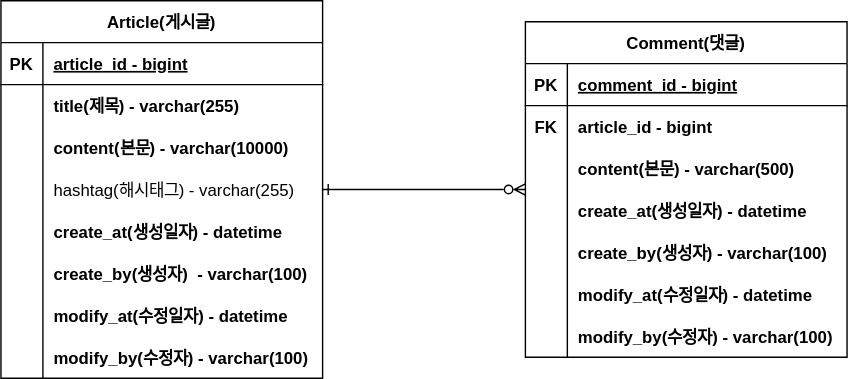
The draw.io diagram project_board/document/ERD.svg in unyo66/KH_Spring, before a commit. Source tidied: cells renumbered, new cells last; positions are measured from the earlier drawing's top-left corner, leaving out a move shared by most shapes.
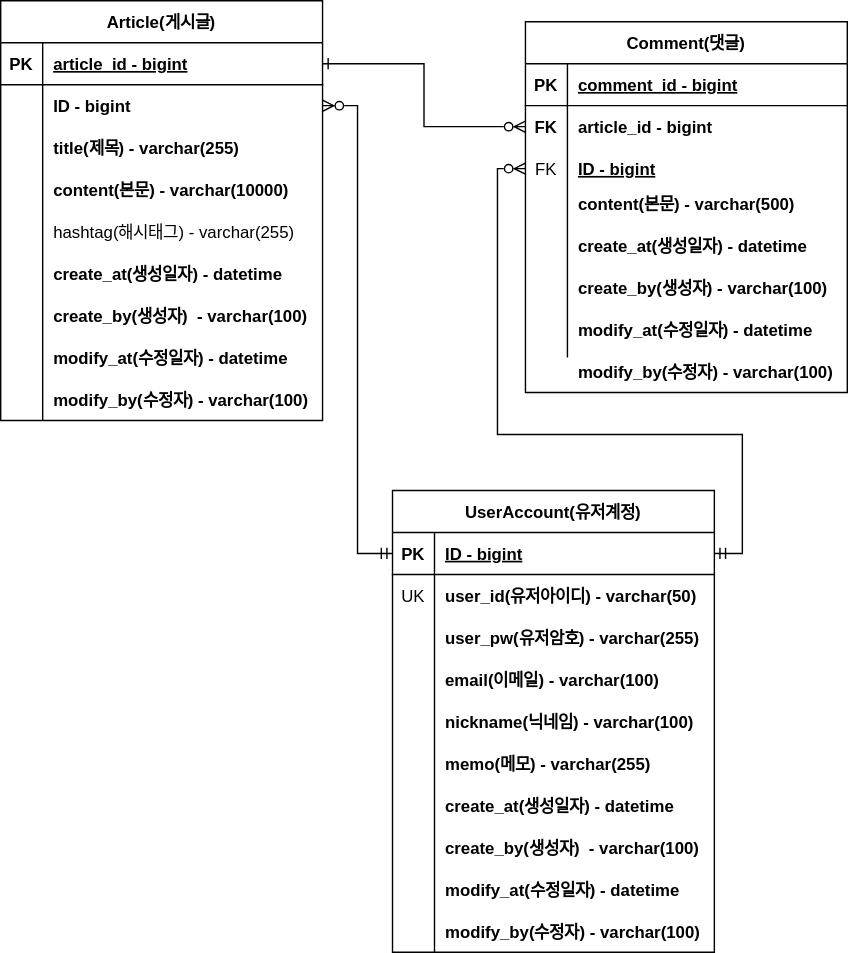
The same file after the commit.

What changed in the source:
```diff
@@ -5,3 +5,3 @@
     <mxCell id="2" value="Article(게시글)" style="shape=table;startSize=30;rowLines=0;fontStyle=1;align=center;" parent="1" vertex="1">
-      <mxGeometry width="230" height="270" as="geometry" />
+      <mxGeometry width="230" height="300" as="geometry" />
     </mxCell>
@@ -22,60 +22,60 @@
     </mxCell>
-    <mxCell id="8" value="title(제목) - varchar(255)" style="shape=partialRectangle;fillColor=none;top=0;left=0;bottom=0;right=0;align=left;spacingLeft=6;overflow=hidden;fontStyle=1;" parent="6" vertex="1">
+    <mxCell id="8" value="ID - bigint" style="shape=partialRectangle;fillColor=none;top=0;left=0;bottom=0;right=0;align=left;spacingLeft=6;overflow=hidden;fontStyle=1;" parent="6" vertex="1">
       <mxGeometry x="30" width="200" height="30" as="geometry" />
     </mxCell>
+    <mxCell id="24" style="shape=tableRow;horizontal=0;startSize=0;swimlaneHead=0;swimlaneBody=0;fillColor=none;top=0;left=0;right=0;bottom=0;" parent="2" vertex="1">
+      <mxGeometry y="90" width="230" height="30" as="geometry" />
+    </mxCell>
+    <mxCell id="25" style="shape=partialRectangle;fillColor=none;top=0;left=0;bottom=0;right=0;overflow=hidden;" parent="24" vertex="1">
+      <mxGeometry width="30" height="30" as="geometry" />
+    </mxCell>
+    <mxCell id="26" value="title(제목) - varchar(255)" style="shape=partialRectangle;fillColor=none;top=0;left=0;bottom=0;right=0;align=left;spacingLeft=6;overflow=hidden;fontStyle=1;" parent="24" vertex="1">
+      <mxGeometry x="30" width="200" height="30" as="geometry" />
+    </mxCell>
+    <mxCell id="21" style="shape=tableRow;horizontal=0;startSize=0;swimlaneHead=0;swimlaneBody=0;fillColor=none;top=0;left=0;right=0;bottom=0;" parent="2" vertex="1">
+      <mxGeometry y="120" width="230" height="30" as="geometry" />
+    </mxCell>
+    <mxCell id="22" style="shape=partialRectangle;fillColor=none;top=0;left=0;bottom=0;right=0;overflow=hidden;" parent="21" vertex="1">
+      <mxGeometry width="30" height="30" as="geometry" />
+    </mxCell>
+    <mxCell id="23" value="content(본문) - varchar(10000)" style="shape=partialRectangle;fillColor=none;top=0;left=0;bottom=0;right=0;align=left;spacingLeft=6;overflow=hidden;fontStyle=1;" parent="21" vertex="1">
+      <mxGeometry x="30" width="200" height="30" as="geometry" />
+    </mxCell>
+    <mxCell id="18" style="shape=tableRow;horizontal=0;startSize=0;swimlaneHead=0;swimlaneBody=0;fillColor=none;top=0;left=0;right=0;bottom=0;" parent="2" vertex="1">
+      <mxGeometry y="150" width="230" height="30" as="geometry" />
+    </mxCell>
+    <mxCell id="19" style="shape=partialRectangle;fillColor=none;top=0;left=0;bottom=0;right=0;overflow=hidden;" parent="18" vertex="1">
+      <mxGeometry width="30" height="30" as="geometry" />
+    </mxCell>
+    <mxCell id="20" value="hashtag(해시태그) - varchar(255)" style="shape=partialRectangle;fillColor=none;top=0;left=0;bottom=0;right=0;align=left;spacingLeft=6;overflow=hidden;fontStyle=0;" parent="18" vertex="1">
+      <mxGeometry x="30" width="200" height="30" as="geometry" />
+    </mxCell>
+    <mxCell id="15" style="shape=tableRow;horizontal=0;startSize=0;swimlaneHead=0;swimlaneBody=0;fillColor=none;top=0;left=0;right=0;bottom=0;" parent="2" vertex="1">
+      <mxGeometry y="180" width="230" height="30" as="geometry" />
+    </mxCell>
+    <mxCell id="16" style="shape=partialRectangle;fillColor=none;top=0;left=0;bottom=0;right=0;overflow=hidden;" parent="15" vertex="1">
+      <mxGeometry width="30" height="30" as="geometry" />
+    </mxCell>
+    <mxCell id="17" value="create_at(생성일자) - datetime" style="shape=partialRectangle;fillColor=none;top=0;left=0;bottom=0;right=0;align=left;spacingLeft=6;overflow=hidden;fontStyle=1;" parent="15" vertex="1">
+      <mxGeometry x="30" width="200" height="30" as="geometry" />
+    </mxCell>
+    <mxCell id="12" style="shape=tableRow;horizontal=0;startSize=0;swimlaneHead=0;swimlaneBody=0;fillColor=none;top=0;left=0;right=0;bottom=0;" parent="2" vertex="1">
+      <mxGeometry y="210" width="230" height="30" as="geometry" />
+    </mxCell>
+    <mxCell id="13" style="shape=partialRectangle;fillColor=none;top=0;left=0;bottom=0;right=0;overflow=hidden;" parent="12" vertex="1">
+      <mxGeometry width="30" height="30" as="geometry" />
+    </mxCell>
+    <mxCell id="14" value="create_by(생성자)  - varchar(100)" style="shape=partialRectangle;fillColor=none;top=0;left=0;bottom=0;right=0;align=left;spacingLeft=6;overflow=hidden;fontStyle=1;" parent="12" vertex="1">
+      <mxGeometry x="30" width="200" height="30" as="geometry" />
+    </mxCell>
     <mxCell id="9" style="shape=tableRow;horizontal=0;startSize=0;swimlaneHead=0;swimlaneBody=0;fillColor=none;top=0;left=0;right=0;bottom=0;" parent="2" vertex="1">
-      <mxGeometry y="90" width="230" height="30" as="geometry" />
+      <mxGeometry y="240" width="230" height="60" as="geometry" />
     </mxCell>
     <mxCell id="10" style="shape=partialRectangle;fillColor=none;top=0;left=0;bottom=0;right=0;overflow=hidden;" parent="9" vertex="1">
-      <mxGeometry width="30" height="30" as="geometry" />
+      <mxGeometry width="30" height="60" as="geometry" />
     </mxCell>
-    <mxCell id="11" value="content(본문) - varchar(10000)" style="shape=partialRectangle;fillColor=none;top=0;left=0;bottom=0;right=0;align=left;spacingLeft=6;overflow=hidden;fontStyle=1;" parent="9" vertex="1">
-      <mxGeometry x="30" width="200" height="30" as="geometry" />
+    <mxCell id="11" style="shape=partialRectangle;fillColor=none;top=0;left=0;bottom=0;right=0;align=left;spacingLeft=6;overflow=hidden;fontStyle=1;" parent="9" vertex="1">
+      <mxGeometry x="30" width="200" height="60" as="geometry" />
     </mxCell>
-    <mxCell id="12" style="shape=tableRow;horizontal=0;startSize=0;swimlaneHead=0;swimlaneBody=0;fillColor=none;top=0;left=0;right=0;bottom=0;" parent="2" vertex="1">
-      <mxGeometry y="120" width="230" height="30" as="geometry" />
-    </mxCell>
-    <mxCell id="13" style="shape=partialRectangle;fillColor=none;top=0;left=0;bottom=0;right=0;overflow=hidden;" parent="12" vertex="1">
-      <mxGeometry width="30" height="30" as="geometry" />
-    </mxCell>
-    <mxCell id="14" value="hashtag(해시태그) - varchar(255)" style="shape=partialRectangle;fillColor=none;top=0;left=0;bottom=0;right=0;align=left;spacingLeft=6;overflow=hidden;" parent="12" vertex="1">
-      <mxGeometry x="30" width="200" height="30" as="geometry" />
-    </mxCell>
-    <mxCell id="15" style="shape=tableRow;horizontal=0;startSize=0;swimlaneHead=0;swimlaneBody=0;fillColor=none;top=0;left=0;right=0;bottom=0;" parent="2" vertex="1">
-      <mxGeometry y="150" width="230" height="30" as="geometry" />
-    </mxCell>
-    <mxCell id="16" style="shape=partialRectangle;fillColor=none;top=0;left=0;bottom=0;right=0;overflow=hidden;" parent="15" vertex="1">
-      <mxGeometry width="30" height="30" as="geometry" />
-    </mxCell>
-    <mxCell id="17" value="create_at(생성일자) - datetime" style="shape=partialRectangle;fillColor=none;top=0;left=0;bottom=0;right=0;align=left;spacingLeft=6;overflow=hidden;fontStyle=1;" parent="15" vertex="1">
-      <mxGeometry x="30" width="200" height="30" as="geometry" />
-    </mxCell>
-    <mxCell id="18" style="shape=tableRow;horizontal=0;startSize=0;swimlaneHead=0;swimlaneBody=0;fillColor=none;top=0;left=0;right=0;bottom=0;" parent="2" vertex="1">
-      <mxGeometry y="180" width="230" height="30" as="geometry" />
-    </mxCell>
-    <mxCell id="19" style="shape=partialRectangle;fillColor=none;top=0;left=0;bottom=0;right=0;overflow=hidden;" parent="18" vertex="1">
-      <mxGeometry width="30" height="30" as="geometry" />
-    </mxCell>
-    <mxCell id="20" value="create_by(생성자)  - varchar(100)" style="shape=partialRectangle;fillColor=none;top=0;left=0;bottom=0;right=0;align=left;spacingLeft=6;overflow=hidden;fontStyle=1;" parent="18" vertex="1">
-      <mxGeometry x="30" width="200" height="30" as="geometry" />
-    </mxCell>
-    <mxCell id="21" style="shape=tableRow;horizontal=0;startSize=0;swimlaneHead=0;swimlaneBody=0;fillColor=none;top=0;left=0;right=0;bottom=0;" parent="2" vertex="1">
-      <mxGeometry y="210" width="230" height="30" as="geometry" />
-    </mxCell>
-    <mxCell id="22" style="shape=partialRectangle;fillColor=none;top=0;left=0;bottom=0;right=0;overflow=hidden;" parent="21" vertex="1">
-      <mxGeometry width="30" height="30" as="geometry" />
-    </mxCell>
-    <mxCell id="23" value="modify_at(수정일자) - datetime" style="shape=partialRectangle;fillColor=none;top=0;left=0;bottom=0;right=0;align=left;spacingLeft=6;overflow=hidden;fontStyle=1;" parent="21" vertex="1">
-      <mxGeometry x="30" width="200" height="30" as="geometry" />
-    </mxCell>
-    <mxCell id="24" style="shape=tableRow;horizontal=0;startSize=0;swimlaneHead=0;swimlaneBody=0;fillColor=none;top=0;left=0;right=0;bottom=0;" parent="2" vertex="1">
-      <mxGeometry y="240" width="230" height="30" as="geometry" />
-    </mxCell>
-    <mxCell id="25" style="shape=partialRectangle;fillColor=none;top=0;left=0;bottom=0;right=0;overflow=hidden;" parent="24" vertex="1">
-      <mxGeometry width="30" height="30" as="geometry" />
-    </mxCell>
-    <mxCell id="26" value="modify_by(수정자) - varchar(100)" style="shape=partialRectangle;fillColor=none;top=0;left=0;bottom=0;right=0;align=left;spacingLeft=6;overflow=hidden;fontStyle=1;" parent="24" vertex="1">
-      <mxGeometry x="30" width="200" height="30" as="geometry" />
-    </mxCell>
-    <mxCell id="27" style="rounded=0;jettySize=auto;html=1;endArrow=ERzeroToMany;endFill=0;edgeStyle=orthogonalEdgeStyle;startArrow=ERone;startFill=0;" parent="1" edge="1" source="2" target="28">
+    <mxCell id="27" style="rounded=0;jettySize=auto;html=1;endArrow=ERzeroToMany;endFill=0;edgeStyle=orthogonalEdgeStyle;startArrow=ERone;startFill=0;" parent="1" edge="1" source="3" target="32">
       <mxGeometry relative="1" as="geometry" />
@@ -83,3 +83,3 @@
     <mxCell id="28" value="Comment(댓글)" style="shape=table;startSize=30;rowLines=0;fontStyle=1;align=center;" parent="1" vertex="1">
-      <mxGeometry x="375" y="15" width="230" height="240" as="geometry" />
+      <mxGeometry x="375" y="15" width="230" height="265" as="geometry" />
     </mxCell>
@@ -106,6 +106,6 @@
     </mxCell>
-    <mxCell id="36" style="shape=partialRectangle;fillColor=none;top=0;left=0;bottom=0;right=0;overflow=hidden;" parent="35" vertex="1">
+    <mxCell id="36" value="FK" style="shape=partialRectangle;fillColor=none;top=0;left=0;bottom=0;right=0;overflow=hidden;" parent="35" vertex="1">
       <mxGeometry width="30" height="30" as="geometry" />
     </mxCell>
-    <mxCell id="37" value="content(본문) - varchar(500)" style="shape=partialRectangle;fillColor=none;top=0;left=0;bottom=0;right=0;align=left;spacingLeft=6;overflow=hidden;fontStyle=1;" parent="35" vertex="1">
+    <mxCell id="37" style="shape=partialRectangle;fillColor=none;top=0;left=0;bottom=0;right=0;align=left;spacingLeft=6;overflow=hidden;fontStyle=1;" parent="35" vertex="1">
       <mxGeometry x="30" width="200" height="30" as="geometry" />
@@ -118,3 +118,3 @@
     </mxCell>
-    <mxCell id="40" value="create_at(생성일자) - datetime" style="shape=partialRectangle;fillColor=none;top=0;left=0;bottom=0;right=0;align=left;spacingLeft=6;overflow=hidden;fontStyle=1;" parent="38" vertex="1">
+    <mxCell id="40" style="shape=partialRectangle;fillColor=none;top=0;left=0;bottom=0;right=0;align=left;spacingLeft=6;overflow=hidden;fontStyle=1;" parent="38" vertex="1">
       <mxGeometry x="30" width="200" height="30" as="geometry" />
@@ -127,3 +127,3 @@
     </mxCell>
-    <mxCell id="43" value="create_by(생성자) - varchar(100)" style="shape=partialRectangle;fillColor=none;top=0;left=0;bottom=0;right=0;align=left;spacingLeft=6;overflow=hidden;fontStyle=1;" parent="41" vertex="1">
+    <mxCell id="43" style="shape=partialRectangle;fillColor=none;top=0;left=0;bottom=0;right=0;align=left;spacingLeft=6;overflow=hidden;fontStyle=1;" parent="41" vertex="1">
       <mxGeometry x="30" width="200" height="30" as="geometry" />
@@ -136,3 +136,3 @@
     </mxCell>
-    <mxCell id="46" value="modify_at(수정일자) - datetime" style="shape=partialRectangle;fillColor=none;top=0;left=0;bottom=0;right=0;align=left;spacingLeft=6;overflow=hidden;fontStyle=1;" parent="44" vertex="1">
+    <mxCell id="46" style="shape=partialRectangle;fillColor=none;top=0;left=0;bottom=0;right=0;align=left;spacingLeft=6;overflow=hidden;fontStyle=1;" parent="44" vertex="1">
       <mxGeometry x="30" width="200" height="30" as="geometry" />
@@ -145,5 +145,123 @@
     </mxCell>
-    <mxCell id="49" value="modify_by(수정자) - varchar(100)" style="shape=partialRectangle;fillColor=none;top=0;left=0;bottom=0;right=0;align=left;spacingLeft=6;overflow=hidden;fontStyle=1;" parent="47" vertex="1">
+    <mxCell id="49" style="shape=partialRectangle;fillColor=none;top=0;left=0;bottom=0;right=0;align=left;spacingLeft=6;overflow=hidden;fontStyle=1;" parent="47" vertex="1">
       <mxGeometry x="30" width="200" height="30" as="geometry" />
     </mxCell>
+    <mxCell id="50" value="UserAccount(유저계정)" style="shape=table;startSize=30;rowLines=0;fontStyle=1;align=center;" parent="1" vertex="1">
+      <mxGeometry x="280" y="350" width="230" height="330" as="geometry" />
+    </mxCell>
+    <mxCell id="51" style="shape=tableRow;horizontal=0;startSize=0;swimlaneHead=0;swimlaneBody=0;fillColor=none;points=[[0,0.5],[1,0.5]];portConstraint=eastwest;top=0;left=0;right=0;bottom=1;" parent="50" vertex="1">
+      <mxGeometry y="30" width="230" height="30" as="geometry" />
+    </mxCell>
+    <mxCell id="52" value="PK" style="shape=partialRectangle;fillColor=none;top=0;left=0;bottom=0;right=0;fontStyle=1;overflow=hidden;" parent="51" vertex="1">
+      <mxGeometry width="30" height="30" as="geometry" />
+    </mxCell>
+    <mxCell id="53" value="ID - bigint" style="shape=partialRectangle;fillColor=none;top=0;left=0;bottom=0;right=0;align=left;spacingLeft=6;fontStyle=5;overflow=hidden;" parent="51" vertex="1">
+      <mxGeometry x="30" width="200" height="30" as="geometry" />
+    </mxCell>
+    <mxCell id="54" style="shape=tableRow;horizontal=0;startSize=0;swimlaneHead=0;swimlaneBody=0;fillColor=none;top=0;left=0;right=0;bottom=0;" parent="50" vertex="1">
+      <mxGeometry y="60" width="230" height="30" as="geometry" />
+    </mxCell>
+    <mxCell id="55" value="UK" style="shape=partialRectangle;fillColor=none;top=0;left=0;bottom=0;right=0;overflow=hidden;fontStyle=0;" parent="54" vertex="1">
+      <mxGeometry width="30" height="30" as="geometry" />
+    </mxCell>
+    <mxCell id="56" value="user_id(유저아이디) - varchar(50)" style="shape=partialRectangle;fillColor=none;top=0;left=0;bottom=0;right=0;align=left;spacingLeft=6;overflow=hidden;fontStyle=1;" parent="54" vertex="1">
+      <mxGeometry x="30" width="200" height="30" as="geometry" />
+    </mxCell>
+    <mxCell id="57" style="shape=tableRow;horizontal=0;startSize=0;swimlaneHead=0;swimlaneBody=0;fillColor=none;top=0;left=0;right=0;bottom=0;" parent="50" vertex="1">
+      <mxGeometry y="90" width="230" height="30" as="geometry" />
+    </mxCell>
+    <mxCell id="58" style="shape=partialRectangle;fillColor=none;top=0;left=0;bottom=0;right=0;overflow=hidden;" parent="57" vertex="1">
+      <mxGeometry width="30" height="30" as="geometry" />
+    </mxCell>
+    <mxCell id="59" value="user_pw(유저암호) - varchar(255)" style="shape=partialRectangle;fillColor=none;top=0;left=0;bottom=0;right=0;align=left;spacingLeft=6;overflow=hidden;fontStyle=1;" parent="57" vertex="1">
+      <mxGeometry x="30" width="200" height="30" as="geometry" />
+    </mxCell>
+    <mxCell id="60" style="shape=tableRow;horizontal=0;startSize=0;swimlaneHead=0;swimlaneBody=0;fillColor=none;top=0;left=0;right=0;bottom=0;" parent="50" vertex="1">
+      <mxGeometry y="120" width="230" height="30" as="geometry" />
+    </mxCell>
+    <mxCell id="61" style="shape=partialRectangle;fillColor=none;top=0;left=0;bottom=0;right=0;overflow=hidden;" parent="60" vertex="1">
+      <mxGeometry width="30" height="30" as="geometry" />
+    </mxCell>
+    <mxCell id="62" value="email(이메일) - varchar(100)" style="shape=partialRectangle;fillColor=none;top=0;left=0;bottom=0;right=0;align=left;spacingLeft=6;overflow=hidden;fontStyle=1;" parent="60" vertex="1">
+      <mxGeometry x="30" width="200" height="30" as="geometry" />
+    </mxCell>
+    <mxCell id="63" style="shape=tableRow;horizontal=0;startSize=0;swimlaneHead=0;swimlaneBody=0;fillColor=none;top=0;left=0;right=0;bottom=0;" parent="50" vertex="1">
+      <mxGeometry y="150" width="230" height="30" as="geometry" />
+    </mxCell>
+    <mxCell id="64" style="shape=partialRectangle;fillColor=none;top=0;left=0;bottom=0;right=0;overflow=hidden;" parent="63" vertex="1">
+      <mxGeometry width="30" height="30" as="geometry" />
+    </mxCell>
+    <mxCell id="65" value="nickname(닉네임) - varchar(100)" style="shape=partialRectangle;fillColor=none;top=0;left=0;bottom=0;right=0;align=left;spacingLeft=6;overflow=hidden;fontStyle=1;" parent="63" vertex="1">
+      <mxGeometry x="30" width="200" height="30" as="geometry" />
+    </mxCell>
+    <mxCell id="66" style="shape=tableRow;horizontal=0;startSize=0;swimlaneHead=0;swimlaneBody=0;fillColor=none;top=0;left=0;right=0;bottom=0;" parent="50" vertex="1">
+      <mxGeometry y="180" width="230" height="30" as="geometry" />
+    </mxCell>
+    <mxCell id="67" style="shape=partialRectangle;fillColor=none;top=0;left=0;bottom=0;right=0;overflow=hidden;" parent="66" vertex="1">
+      <mxGeometry width="30" height="30" as="geometry" />
+    </mxCell>
+    <mxCell id="68" value="memo(메모) - varchar(255)" style="shape=partialRectangle;fillColor=none;top=0;left=0;bottom=0;right=0;align=left;spacingLeft=6;overflow=hidden;fontStyle=1;" parent="66" vertex="1">
+      <mxGeometry x="30" width="200" height="30" as="geometry" />
+    </mxCell>
+    <mxCell id="69" style="shape=tableRow;horizontal=0;startSize=0;swimlaneHead=0;swimlaneBody=0;fillColor=none;top=0;left=0;right=0;bottom=0;" parent="50" vertex="1">
+      <mxGeometry y="210" width="230" height="120" as="geometry" />
+    </mxCell>
+    <mxCell id="70" style="shape=partialRectangle;fillColor=none;top=0;left=0;bottom=0;right=0;overflow=hidden;" parent="69" vertex="1">
+      <mxGeometry width="30" height="120" as="geometry" />
+    </mxCell>
+    <mxCell id="71" style="shape=partialRectangle;fillColor=none;top=0;left=0;bottom=0;right=0;align=left;spacingLeft=6;overflow=hidden;fontStyle=1;" parent="69" vertex="1">
+      <mxGeometry x="30" width="200" height="120" as="geometry" />
+    </mxCell>
+    <mxCell id="72" value="create_at(생성일자) - datetime" style="shape=partialRectangle;fillColor=none;top=0;left=0;bottom=0;right=0;align=left;spacingLeft=6;overflow=hidden;fontStyle=1;" parent="1" vertex="1">
+      <mxGeometry x="310" y="560" width="200" height="30" as="geometry" />
+    </mxCell>
+    <mxCell id="73" value="create_by(생성자)  - varchar(100)" style="shape=partialRectangle;fillColor=none;top=0;left=0;bottom=0;right=0;align=left;spacingLeft=6;overflow=hidden;fontStyle=1;" parent="1" vertex="1">
+      <mxGeometry x="310" y="590" width="200" height="30" as="geometry" />
+    </mxCell>
+    <mxCell id="74" value="modify_at(수정일자) - datetime" style="shape=partialRectangle;fillColor=none;top=0;left=0;bottom=0;right=0;align=left;spacingLeft=6;overflow=hidden;fontStyle=1;" parent="1" vertex="1">
+      <mxGeometry x="310" y="620" width="200" height="30" as="geometry" />
+    </mxCell>
+    <mxCell id="75" value="modify_by(수정자) - varchar(100)" style="shape=partialRectangle;fillColor=none;top=0;left=0;bottom=0;right=0;align=left;spacingLeft=6;overflow=hidden;fontStyle=1;" parent="1" vertex="1">
+      <mxGeometry x="310" y="650" width="200" height="30" as="geometry" />
+    </mxCell>
+    <mxCell id="76" value="modify_at(수정일자) - datetime" style="shape=partialRectangle;fillColor=none;top=0;left=0;bottom=0;right=0;align=left;spacingLeft=6;overflow=hidden;fontStyle=1;" parent="1" vertex="1">
+      <mxGeometry x="30" y="240" width="200" height="30" as="geometry" />
+    </mxCell>
+    <mxCell id="77" value="modify_by(수정자) - varchar(100)" style="shape=partialRectangle;fillColor=none;top=0;left=0;bottom=0;right=0;align=left;spacingLeft=6;overflow=hidden;fontStyle=1;" parent="1" vertex="1">
+      <mxGeometry x="30" y="270" width="200" height="30" as="geometry" />
+    </mxCell>
+    <mxCell id="78" value="content(본문) - varchar(500)" style="shape=partialRectangle;fillColor=none;top=0;left=0;bottom=0;right=0;align=left;spacingLeft=6;overflow=hidden;fontStyle=1;" parent="1" vertex="1">
+      <mxGeometry x="405" y="130" width="200" height="30" as="geometry" />
+    </mxCell>
+    <mxCell id="79" value="create_at(생성일자) - datetime" style="shape=partialRectangle;fillColor=none;top=0;left=0;bottom=0;right=0;align=left;spacingLeft=6;overflow=hidden;fontStyle=1;" parent="1" vertex="1">
+      <mxGeometry x="405" y="160" width="200" height="30" as="geometry" />
+    </mxCell>
+    <mxCell id="80" value="create_by(생성자) - varchar(100)" style="shape=partialRectangle;fillColor=none;top=0;left=0;bottom=0;right=0;align=left;spacingLeft=6;overflow=hidden;fontStyle=1;" parent="1" vertex="1">
+      <mxGeometry x="405" y="190" width="200" height="30" as="geometry" />
+    </mxCell>
+    <mxCell id="81" value="modify_at(수정일자) - datetime" style="shape=partialRectangle;fillColor=none;top=0;left=0;bottom=0;right=0;align=left;spacingLeft=6;overflow=hidden;fontStyle=1;" parent="1" vertex="1">
+      <mxGeometry x="405" y="220" width="200" height="30" as="geometry" />
+    </mxCell>
+    <mxCell id="82" value="modify_by(수정자) - varchar(100)" style="shape=partialRectangle;fillColor=none;top=0;left=0;bottom=0;right=0;align=left;spacingLeft=6;overflow=hidden;fontStyle=1;" parent="1" vertex="1">
+      <mxGeometry x="405" y="250" width="200" height="30" as="geometry" />
+    </mxCell>
+    <mxCell id="83" value="ID - bigint" style="shape=partialRectangle;fillColor=none;top=0;left=0;bottom=0;right=0;align=left;spacingLeft=6;fontStyle=5;overflow=hidden;" parent="1" vertex="1">
+      <mxGeometry x="405" y="110" width="200" height="20" as="geometry" />
+    </mxCell>
+    <mxCell id="84" style="shape=partialRectangle;fillColor=none;top=0;left=0;bottom=0;right=0;overflow=hidden;" parent="1" vertex="1">
+      <mxGeometry x="345" y="270" width="30" height="30" as="geometry" />
+    </mxCell>
+    <mxCell id="85" style="edgeStyle=orthogonalEdgeStyle;rounded=0;jettySize=auto;html=1;startArrow=ERzeroToMany;startFill=0;endArrow=ERmandOne;endFill=0;" parent="1" edge="1" source="6" target="51">
+      <mxGeometry relative="1" as="geometry" />
+    </mxCell>
+    <mxCell id="86" style="edgeStyle=orthogonalEdgeStyle;rounded=0;jettySize=auto;html=1;entryX=1;entryY=0.5;entryDx=0;entryDy=0;startArrow=ERzeroToMany;startFill=0;endArrow=ERmandOne;endFill=0;" parent="1" edge="1" source="35" target="51">
+      <mxGeometry relative="1" as="geometry">
+        <Array as="points">
+          <mxPoint x="355" y="120" />
+          <mxPoint x="355" y="310" />
+          <mxPoint x="530" y="310" />
+          <mxPoint x="530" y="395" />
+        </Array>
+      </mxGeometry>
+    </mxCell>
   </root>
```
